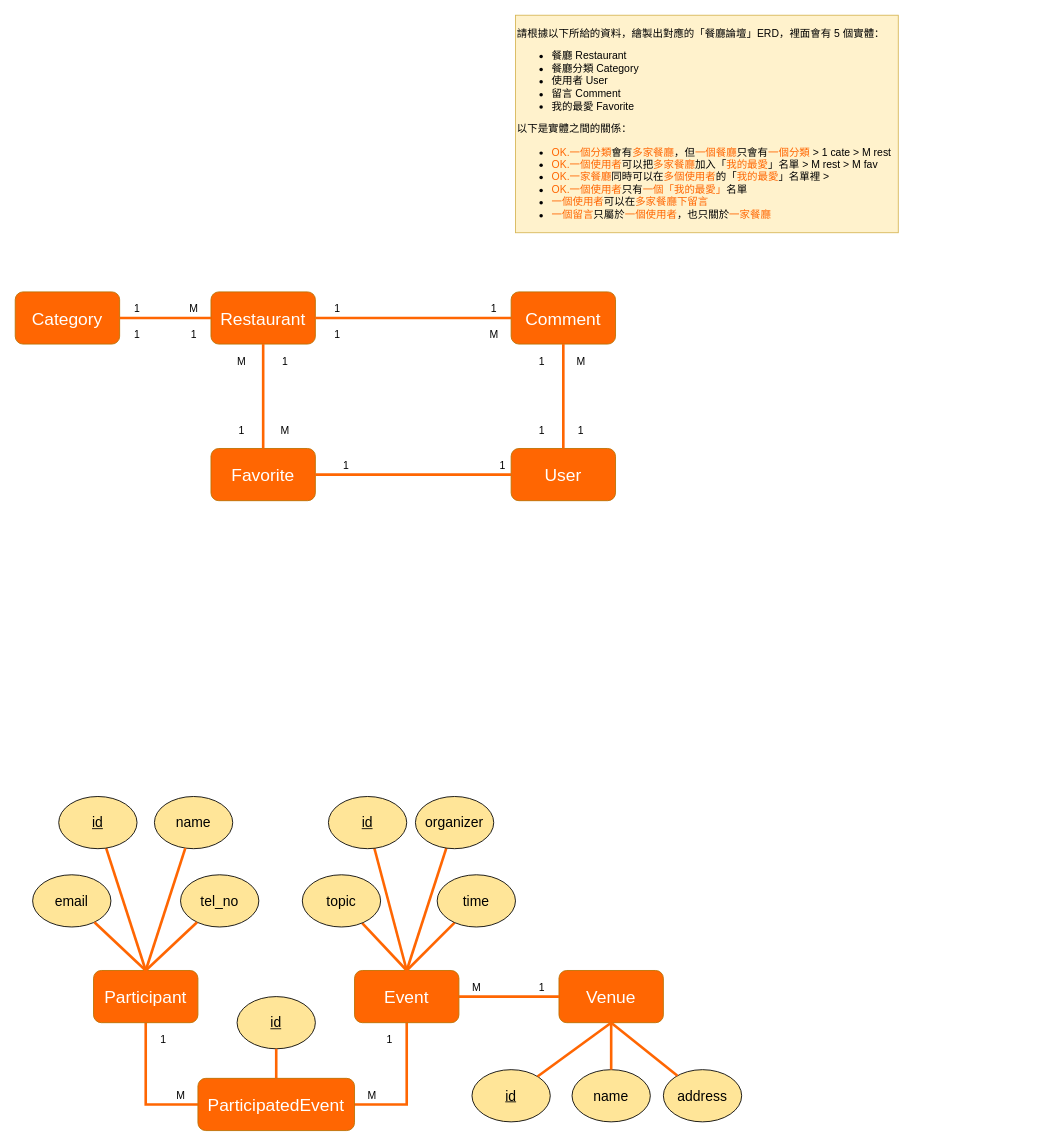
Before: 餐廳論壇ERD.drawio in z88243310/bins, a draw.io diagram. Source tidied: cells renumbered, new cells numbered last; positions are measured from the earlier drawing's top-left corner, leaving out a move shared by most shapes. Both pictures are drawn from the tidied source at 87%, with x=0, y=0 at pixel (15, 15).
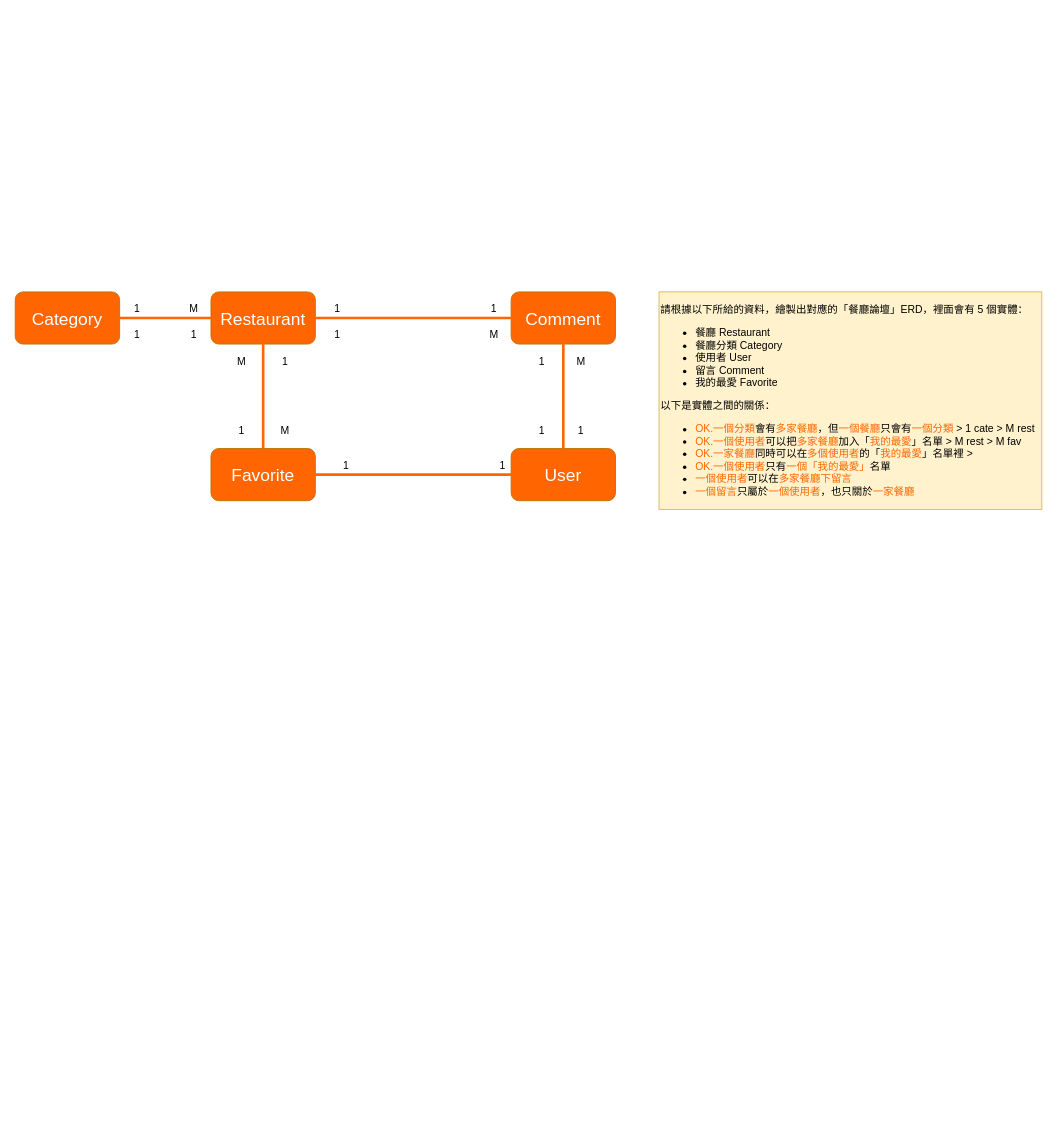
After the change.

Commit message:
更新餐廳論壇ERD.drawio

Diff of the diagram source:
```diff
@@
-    <mxCell id="2" style="edgeStyle=orthogonalEdgeStyle;rounded=0;jettySize=auto;html=1;entryX=0;entryY=0.5;entryDx=0;entryDy=0;strokeWidth=3;endArrow=none;endFill=0;strokeColor=#FF6602;" parent="1" edge="1" source="3" target="34">
-      <mxGeometry relative="1" as="geometry" />
-    </mxCell>
-    <mxCell id="3" value="Participant" style="rounded=1;whiteSpace=wrap;html=1;fillColor=#FF6602;strokeColor=#BD7000;fontColor=#FFFFFF;fontSize=20;" parent="1" vertex="1">
-      <mxGeometry x="90" y="1098" width="120" height="60" as="geometry" />
-    </mxCell>
-    <mxCell id="4" value="M" style="text;html=1;align=center;verticalAlign=middle;strokeColor=none;fillColor=none;" parent="1" vertex="1">
-      <mxGeometry x="180" y="1232" width="20" height="20" as="geometry" />
-    </mxCell>
-    <mxCell id="5" value="&lt;div&gt;M&lt;/div&gt;" style="text;html=1;align=center;verticalAlign=middle;strokeColor=none;fillColor=none;" parent="1" vertex="1">
-      <mxGeometry x="400" y="1232" width="20" height="20" as="geometry" />
-    </mxCell>
-    <mxCell id="6" style="edgeStyle=none;rounded=0;jettySize=auto;html=1;fontSize=16;fontColor=#FFFFFF;endArrow=none;endFill=0;strokeColor=#FF6602;strokeWidth=3;" parent="1" edge="1" source="7">
-      <mxGeometry relative="1" as="geometry">
-        <mxPoint x="150" y="1098" as="targetPoint" />
-      </mxGeometry>
-    </mxCell>
-    <mxCell id="7" value="&lt;u&gt;id&lt;/u&gt;" style="ellipse;whiteSpace=wrap;html=1;fillColor=#FFE598;fontSize=16;" parent="1" vertex="1">
-      <mxGeometry x="50" y="898" width="90" height="60" as="geometry" />
-    </mxCell>
-    <mxCell id="8" style="edgeStyle=orthogonalEdgeStyle;rounded=0;jettySize=auto;html=1;entryX=1;entryY=0.5;entryDx=0;entryDy=0;strokeWidth=3;endArrow=none;endFill=0;strokeColor=#FF6602;" parent="1" edge="1" source="9" target="34">
-      <mxGeometry relative="1" as="geometry" />
-    </mxCell>
-    <mxCell id="9" value="Event" style="rounded=1;whiteSpace=wrap;html=1;fillColor=#FF6602;strokeColor=#BD7000;fontColor=#FFFFFF;fontSize=20;" parent="1" vertex="1">
-      <mxGeometry x="390" y="1098" width="120" height="60" as="geometry" />
-    </mxCell>
-    <mxCell id="10" value="name" style="ellipse;whiteSpace=wrap;html=1;fillColor=#FFE598;fontSize=16;" parent="1" vertex="1">
-      <mxGeometry x="160" y="898" width="90" height="60" as="geometry" />
-    </mxCell>
-    <mxCell id="11" style="edgeStyle=none;rounded=0;jettySize=auto;html=1;fontSize=16;fontColor=#FFFFFF;endArrow=none;endFill=0;strokeColor=#FF6602;strokeWidth=3;entryX=0.5;entryY=0;entryDx=0;entryDy=0;" parent="1" edge="1" source="12" target="9">
-      <mxGeometry relative="1" as="geometry" />
-    </mxCell>
-    <mxCell id="12" value="topic" style="ellipse;whiteSpace=wrap;html=1;fillColor=#FFE598;fontSize=16;fontStyle=0;" parent="1" vertex="1">
-      <mxGeometry x="330" y="988" width="90" height="60" as="geometry" />
-    </mxCell>
-    <mxCell id="13" style="edgeStyle=none;rounded=0;jettySize=auto;html=1;fontSize=16;fontColor=#FFFFFF;endArrow=none;endFill=0;strokeColor=#FF6602;strokeWidth=3;entryX=0.5;entryY=0;entryDx=0;entryDy=0;" parent="1" edge="1" source="14" target="9">
-      <mxGeometry relative="1" as="geometry" />
-    </mxCell>
-    <mxCell id="14" value="organizer" style="ellipse;whiteSpace=wrap;html=1;fillColor=#FFE598;fontSize=16;" parent="1" vertex="1">
-      <mxGeometry x="460" y="898" width="90" height="60" as="geometry" />
-    </mxCell>
-    <mxCell id="15" style="edgeStyle=none;rounded=0;jettySize=auto;html=1;fontSize=16;fontColor=#FFFFFF;endArrow=none;endFill=0;strokeColor=#FF6602;strokeWidth=3;" parent="1" edge="1" source="16">
-      <mxGeometry relative="1" as="geometry">
-        <mxPoint x="450" y="1098" as="targetPoint" />
-      </mxGeometry>
-    </mxCell>
-    <mxCell id="16" value="time" style="ellipse;whiteSpace=wrap;html=1;fillColor=#FFE598;fontSize=16;" parent="1" vertex="1">
-      <mxGeometry x="485" y="988" width="90" height="60" as="geometry" />
-    </mxCell>
-    <mxCell id="17" style="edgeStyle=none;rounded=0;jettySize=auto;html=1;fontSize=16;fontColor=#FFFFFF;endArrow=none;endFill=0;strokeColor=#FF6602;strokeWidth=3;entryX=0.5;entryY=0;entryDx=0;entryDy=0;" parent="1" edge="1" source="18" target="9">
-      <mxGeometry relative="1" as="geometry" />
-    </mxCell>
-    <mxCell id="18" value="id" style="ellipse;whiteSpace=wrap;html=1;fillColor=#FFE598;fontSize=16;fontStyle=4;" parent="1" vertex="1">
-      <mxGeometry x="360" y="898" width="90" height="60" as="geometry" />
-    </mxCell>
-    <mxCell id="19" style="edgeStyle=none;rounded=0;jettySize=auto;html=1;fontSize=16;fontColor=#FFFFFF;endArrow=none;endFill=0;strokeColor=#FF6602;strokeWidth=3;entryX=0.5;entryY=0;entryDx=0;entryDy=0;" parent="1" edge="1" source="10" target="3">
-      <mxGeometry relative="1" as="geometry" />
-    </mxCell>
-    <mxCell id="20" value="Venue" style="rounded=1;whiteSpace=wrap;html=1;fillColor=#FF6602;strokeColor=#BD7000;fontColor=#FFFFFF;fontSize=20;" parent="1" vertex="1">
-      <mxGeometry x="625" y="1098" width="120" height="60" as="geometry" />
-    </mxCell>
-    <mxCell id="21" style="edgeStyle=none;rounded=0;jettySize=auto;html=1;fontSize=16;fontColor=#FFFFFF;endArrow=none;endFill=0;strokeColor=#FF6602;strokeWidth=3;exitX=1;exitY=0.5;exitDx=0;exitDy=0;" parent="1" edge="1" source="9" target="20">
-      <mxGeometry relative="1" as="geometry" />
-    </mxCell>
-    <mxCell id="22" value="M" style="text;html=1;align=center;verticalAlign=middle;strokeColor=none;fillColor=none;" parent="1" vertex="1">
-      <mxGeometry x="520" y="1108" width="20" height="20" as="geometry" />
-    </mxCell>
-    <mxCell id="23" value="1" style="text;html=1;align=center;verticalAlign=middle;strokeColor=none;fillColor=none;" parent="1" vertex="1">
-      <mxGeometry x="595" y="1108" width="20" height="20" as="geometry" />
-    </mxCell>
-    <mxCell id="24" value="tel_no" style="ellipse;whiteSpace=wrap;html=1;fillColor=#FFE598;fontSize=16;" parent="1" vertex="1">
-      <mxGeometry x="190" y="988" width="90" height="60" as="geometry" />
-    </mxCell>
-    <mxCell id="25" value="&lt;span style=&quot;white-space: pre&quot;&gt;email&lt;br&gt;&lt;/span&gt;" style="ellipse;whiteSpace=wrap;html=1;fillColor=#FFE598;fontSize=16;" parent="1" vertex="1">
-      <mxGeometry x="20" y="988" width="90" height="60" as="geometry" />
-    </mxCell>
-    <mxCell id="26" style="edgeStyle=none;rounded=0;jettySize=auto;html=1;fontSize=16;fontColor=#FFFFFF;endArrow=none;endFill=0;strokeColor=#FF6602;strokeWidth=3;exitX=0.5;exitY=0;exitDx=0;exitDy=0;" parent="1" edge="1" source="3" target="25">
-      <mxGeometry relative="1" as="geometry" />
-    </mxCell>
-    <mxCell id="27" style="edgeStyle=none;rounded=0;jettySize=auto;html=1;fontSize=16;fontColor=#FFFFFF;endArrow=none;endFill=0;strokeColor=#FF6602;strokeWidth=3;exitX=0.5;exitY=0;exitDx=0;exitDy=0;" parent="1" edge="1" source="3" target="24">
-      <mxGeometry relative="1" as="geometry" />
-    </mxCell>
-    <mxCell id="28" value="id" style="ellipse;whiteSpace=wrap;html=1;fillColor=#FFE598;fontSize=16;fontStyle=4;" parent="1" vertex="1">
-      <mxGeometry x="525" y="1212" width="90" height="60" as="geometry" />
-    </mxCell>
-    <mxCell id="29" style="edgeStyle=none;rounded=0;jettySize=auto;html=1;fontSize=16;fontColor=#FFFFFF;endArrow=none;endFill=0;strokeColor=#FF6602;strokeWidth=3;entryX=0.5;entryY=1;entryDx=0;entryDy=0;" parent="1" edge="1" source="28" target="20">
-      <mxGeometry relative="1" as="geometry" />
-    </mxCell>
-    <mxCell id="30" value="name" style="ellipse;whiteSpace=wrap;html=1;fillColor=#FFE598;fontSize=16;" parent="1" vertex="1">
-      <mxGeometry x="640" y="1212" width="90" height="60" as="geometry" />
-    </mxCell>
-    <mxCell id="31" value="address" style="ellipse;whiteSpace=wrap;html=1;fillColor=#FFE598;fontSize=16;" parent="1" vertex="1">
-      <mxGeometry x="745" y="1212" width="90" height="60" as="geometry" />
-    </mxCell>
-    <mxCell id="32" style="edgeStyle=none;rounded=0;jettySize=auto;html=1;fontSize=16;fontColor=#FFFFFF;endArrow=none;endFill=0;strokeColor=#FF6602;strokeWidth=3;" parent="1" edge="1" source="30" target="20">
-      <mxGeometry relative="1" as="geometry" />
-    </mxCell>
-    <mxCell id="33" style="edgeStyle=none;rounded=0;jettySize=auto;html=1;fontSize=16;fontColor=#FFFFFF;endArrow=none;endFill=0;strokeColor=#FF6602;strokeWidth=3;entryX=0.5;entryY=1;entryDx=0;entryDy=0;" parent="1" edge="1" source="31" target="20">
-      <mxGeometry relative="1" as="geometry" />
-    </mxCell>
-    <mxCell id="34" value="ParticipatedEvent" style="rounded=1;whiteSpace=wrap;html=1;fillColor=#FF6602;strokeColor=#BD7000;fontColor=#FFFFFF;fontSize=20;" parent="1" vertex="1">
-      <mxGeometry x="210" y="1222" width="180" height="60" as="geometry" />
-    </mxCell>
-    <mxCell id="35" value="1" style="text;html=1;align=center;verticalAlign=middle;strokeColor=none;fillColor=none;" parent="1" vertex="1">
-      <mxGeometry x="160" y="1168" width="20" height="20" as="geometry" />
-    </mxCell>
-    <mxCell id="36" value="1" style="text;html=1;align=center;verticalAlign=middle;strokeColor=none;fillColor=none;" parent="1" vertex="1">
-      <mxGeometry x="420" y="1168" width="20" height="20" as="geometry" />
-    </mxCell>
-    <mxCell id="37" value="id" style="ellipse;whiteSpace=wrap;html=1;fillColor=#FFE598;fontSize=16;fontStyle=4;" parent="1" vertex="1">
-      <mxGeometry x="255" y="1128" width="90" height="60" as="geometry" />
-    </mxCell>
-    <mxCell id="38" style="edgeStyle=none;rounded=0;jettySize=auto;html=1;fontSize=16;fontColor=#FFFFFF;endArrow=none;endFill=0;strokeColor=#FF6602;strokeWidth=3;entryX=0.5;entryY=0;entryDx=0;entryDy=0;" parent="1" edge="1" source="37" target="34">
-      <mxGeometry relative="1" as="geometry" />
-    </mxCell>
     <mxCell id="39" value="&lt;p&gt;請根據以下所給的資料，繪製出對應的「餐廳論壇」ERD，裡面會有 5 個實體：&lt;/p&gt;&lt;ul&gt;&lt;li&gt;餐廳 Restaurant&lt;/li&gt;&lt;li&gt;餐廳分類 Category&lt;/li&gt;&lt;li&gt;使用者 User&lt;/li&gt;&lt;li&gt;留言 Comment&lt;/li&gt;&lt;li&gt;我的最愛 Favorite&lt;/li&gt;&lt;/ul&gt;&lt;p&gt;以下是實體之間的關係：&lt;/p&gt;&lt;ul&gt;&lt;li&gt;&lt;font color=&quot;#FF6602&quot;&gt;OK.一個分類&lt;/font&gt;會有&lt;font color=&quot;#FF6602&quot;&gt;多家餐廳&lt;/font&gt;，但&lt;font color=&quot;#FF6602&quot;&gt;一個餐廳&lt;/font&gt;只會有&lt;font color=&quot;#FF6602&quot;&gt;一個分類&lt;/font&gt; &amp;gt; 1 cate &amp;gt; M rest&lt;br&gt;&lt;/li&gt;&lt;li&gt;&lt;font color=&quot;#FF6602&quot;&gt;OK.一個使用者&lt;/font&gt;可以把&lt;font color=&quot;#FF6602&quot;&gt;多家餐廳&lt;/font&gt;加入「&lt;font color=&quot;#FF6602&quot;&gt;我的最愛&lt;/font&gt;」名單 &amp;gt; M rest &amp;gt; M fav&lt;br&gt;&lt;/li&gt;&lt;li&gt;&lt;font color=&quot;#FF6602&quot;&gt;OK.一家餐廳&lt;/font&gt;同時可以在&lt;font color=&quot;#FF6602&quot;&gt;多個使用者&lt;/font&gt;的「&lt;font color=&quot;#FF6602&quot;&gt;我的最愛&lt;/font&gt;」名單裡 &amp;gt; &lt;br&gt;&lt;/li&gt;&lt;li&gt;&lt;font color=&quot;#FF6602&quot;&gt;OK.一個使用者&lt;/font&gt;只有&lt;font color=&quot;#FF6602&quot;&gt;一個「我的最愛」&lt;/font&gt;名單&lt;/li&gt;&lt;li&gt;&lt;font color=&quot;#FF6602&quot;&gt;一個使用者&lt;/font&gt;可以在&lt;font color=&quot;#FF6602&quot;&gt;多家餐廳下留言&lt;/font&gt;&lt;/li&gt;&lt;li&gt;&lt;font color=&quot;#FF6602&quot;&gt;一個留言&lt;/font&gt;只屬於&lt;font color=&quot;#FF6602&quot;&gt;一個使用者&lt;/font&gt;，也只關於&lt;font color=&quot;#FF6602&quot;&gt;一家餐廳&lt;/font&gt;&lt;/li&gt;&lt;/ul&gt;" style="text;html=1;align=left;verticalAlign=middle;strokeColor=#d6b656;fillColor=#fff2cc;" parent="1" vertex="1">
-      <mxGeometry x="575" width="440" height="250" as="geometry" />
+      <mxGeometry x="740" y="318" width="440" height="250" as="geometry" />
     </mxCell>
```
